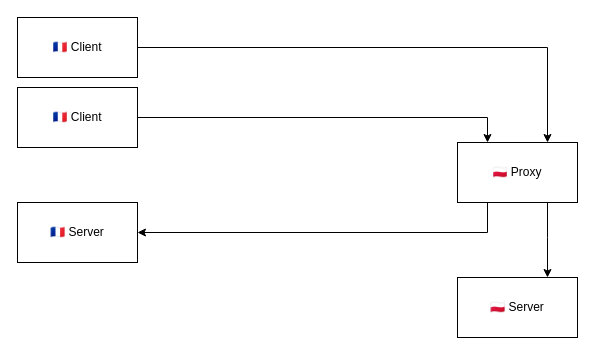
Before: page "proxy-bad-placement" (2 of 7) of blog/raw/ipvs-lb/assets/diagrams.drawio in DavidVentura/blog, a draw.io diagram. Source tidied: cells renumbered, new cells numbered last; positions are measured from the earlier drawing's top-left corner, leaving out a move shared by most shapes. Both pictures are drawn from the tidied source at 100%, with x=0, y=0 at pixel (17, 17).
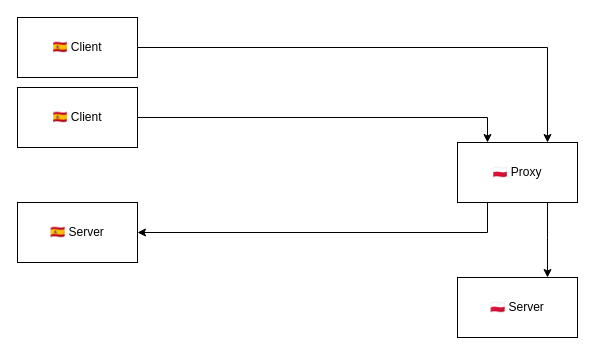
After the change.

Diff of the diagram source:
```diff
@@
 <mxGraphModel>
   <root>
     <mxCell id="0" />
     <mxCell id="1" parent="0" />
     <mxCell id="2" style="edgeStyle=orthogonalEdgeStyle;rounded=0;jettySize=auto;html=1;entryX=1;entryY=0.5;entryDx=0;entryDy=0;exitX=0.25;exitY=1;exitDx=0;exitDy=0;" parent="1" edge="1" source="4" target="10">
       <mxGeometry relative="1" as="geometry" />
     </mxCell>
     <mxCell id="3" style="edgeStyle=orthogonalEdgeStyle;rounded=0;jettySize=auto;html=1;" parent="1" edge="1" source="4" target="7">
       <mxGeometry relative="1" as="geometry">
         <Array as="points">
           <mxPoint x="530" y="220" />
           <mxPoint x="530" y="220" />
         </Array>
       </mxGeometry>
     </mxCell>
     <mxCell id="4" value="🇵🇱 Proxy" style="rounded=0;whiteSpace=wrap;html=1;" parent="1" vertex="1">
       <mxGeometry x="440" y="125" width="120" height="60" as="geometry" />
     </mxCell>
     <mxCell id="5" style="edgeStyle=orthogonalEdgeStyle;rounded=0;jettySize=auto;html=1;entryX=0.25;entryY=0;entryDx=0;entryDy=0;" parent="1" edge="1" source="8" target="4">
       <mxGeometry relative="1" as="geometry" />
     </mxCell>
     <mxCell id="6" style="edgeStyle=orthogonalEdgeStyle;rounded=0;jettySize=auto;html=1;entryX=0.75;entryY=0;entryDx=0;entryDy=0;" parent="1" edge="1" source="9" target="4">
       <mxGeometry relative="1" as="geometry" />
     </mxCell>
     <mxCell id="7" value="🇵🇱 Server" style="rounded=0;whiteSpace=wrap;html=1;" parent="1" vertex="1">
       <mxGeometry x="440" y="260" width="120" height="60" as="geometry" />
     </mxCell>
-    <mxCell id="8" value="🇫🇷 Client" style="rounded=0;whiteSpace=wrap;html=1;" parent="1" vertex="1">
+    <mxCell id="8" value="🇪🇸&amp;nbsp;Client" style="rounded=0;whiteSpace=wrap;html=1;" parent="1" vertex="1">
       <mxGeometry y="70" width="120" height="60" as="geometry" />
     </mxCell>
-    <mxCell id="9" value="🇫🇷 Client" style="rounded=0;whiteSpace=wrap;html=1;" parent="1" vertex="1">
+    <mxCell id="9" value="🇪🇸&amp;nbsp;Client" style="rounded=0;whiteSpace=wrap;html=1;" parent="1" vertex="1">
       <mxGeometry width="120" height="60" as="geometry" />
     </mxCell>
-    <mxCell id="10" value="🇫🇷 Server" style="rounded=0;whiteSpace=wrap;html=1;" parent="1" vertex="1">
+    <mxCell id="10" value="🇪🇸&amp;nbsp;Server" style="rounded=0;whiteSpace=wrap;html=1;" parent="1" vertex="1">
       <mxGeometry y="185" width="120" height="60" as="geometry" />
     </mxCell>
   </root>
 </mxGraphModel>
```
